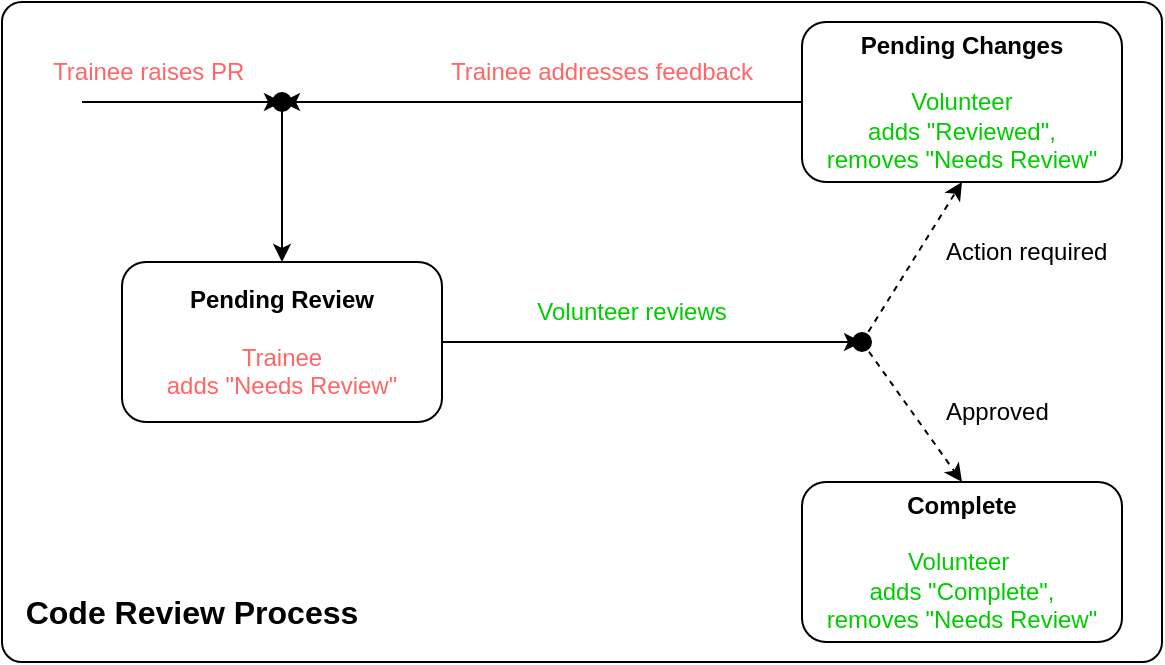
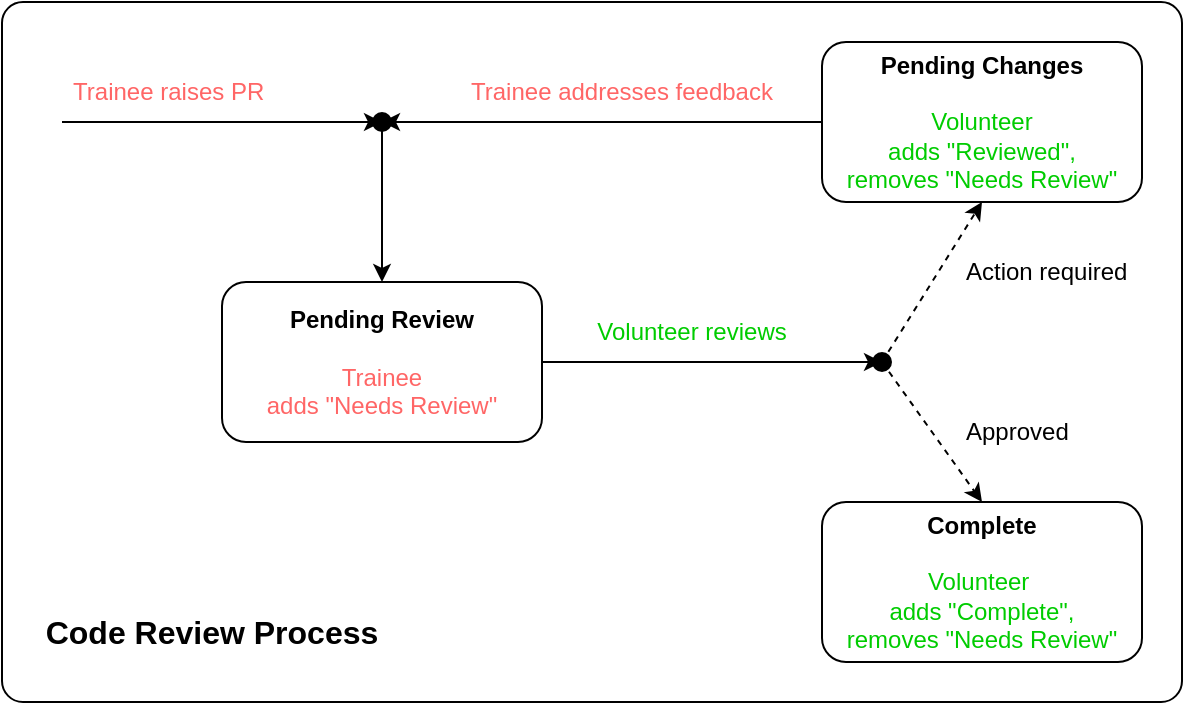
<mxfile host="app.diagrams.net">
  <diagram name="Page-1" id="8Y0jhFyZET13FULPlayK">
    <mxGraphModel dx="1352" dy="791" grid="1" gridSize="10" guides="1" tooltips="1" connect="1" arrows="1" fold="1" page="1" pageScale="1" pageWidth="827" pageHeight="1169" math="0" shadow="0">
      <root>
        <mxCell id="0" />
        <mxCell id="1" parent="0" />
        <mxCell id="gB5t9e8_fdN2MF5tykgO-50" parent="1" style="rounded=1;whiteSpace=wrap;html=1;fillColor=#FFFFFF;arcSize=3;strokeColor=#000000;" value="" vertex="1">
-           <mxGeometry height="330" width="580" x="120" y="150" as="geometry" />
+           <mxGeometry height="350" width="590" x="110" y="140" as="geometry" />
        </mxCell>
        <mxCell id="gB5t9e8_fdN2MF5tykgO-2" edge="1" parent="1" source="gB5t9e8_fdN2MF5tykgO-43" style="endArrow=classic;html=1;rounded=0;entryX=0.5;entryY=1;entryDx=0;entryDy=0;exitX=0.7;exitY=0.275;exitDx=0;exitDy=0;exitPerimeter=0;dashed=1;strokeWidth=1;fillColor=#f5f5f5;strokeColor=#000000;" target="gB5t9e8_fdN2MF5tykgO-16" value="">
          <mxGeometry height="50" relative="1" width="50" as="geometry">
            <mxPoint x="500" y="290" as="sourcePoint" />
            <mxPoint x="600" y="250" as="targetPoint" />
          </mxGeometry>
        </mxCell>
        <mxCell id="gB5t9e8_fdN2MF5tykgO-15" parent="1" style="rounded=1;whiteSpace=wrap;html=1;fillColor=none;strokeColor=#000000;" value="&lt;div&gt;&lt;b&gt;&lt;font style=&quot;color: rgb(0, 0, 0);&quot;&gt;Pending Review&lt;/font&gt;&lt;/b&gt;&lt;/div&gt;&lt;div&gt;&lt;b&gt;&lt;br&gt;&lt;/b&gt;&lt;/div&gt;&lt;div&gt;&lt;font style=&quot;color: rgb(255, 102, 102);&quot;&gt;Trainee&lt;/font&gt;&lt;/div&gt;&lt;div&gt;&lt;font style=&quot;color: rgb(255, 102, 102);&quot;&gt;&lt;font style=&quot;&quot;&gt;adds&amp;nbsp;&lt;span style=&quot;background-color: transparent;&quot;&gt;&quot;Needs Review&lt;/span&gt;&lt;/font&gt;&lt;span style=&quot;background-color: transparent;&quot;&gt;&quot;&lt;/span&gt;&lt;/font&gt;&lt;/div&gt;" vertex="1">
-           <mxGeometry height="80" width="160" x="180" y="280" as="geometry" />
+           <mxGeometry height="80" width="160" x="220" y="280" as="geometry" />
        </mxCell>
        <mxCell id="gB5t9e8_fdN2MF5tykgO-16" parent="1" style="rounded=1;whiteSpace=wrap;html=1;fillColor=none;strokeColor=#000000;" value="&lt;div&gt;&lt;b&gt;&lt;font style=&quot;color: rgb(0, 0, 0);&quot;&gt;Pending Changes&lt;/font&gt;&lt;/b&gt;&lt;/div&gt;&lt;div&gt;&lt;b&gt;&lt;br&gt;&lt;/b&gt;&lt;/div&gt;&lt;div&gt;&lt;span style=&quot;background-color: transparent;&quot;&gt;&lt;font style=&quot;color: rgb(0, 204, 0);&quot;&gt;Volunteer&lt;/font&gt;&lt;/span&gt;&lt;/div&gt;&lt;div&gt;&lt;span style=&quot;background-color: transparent;&quot;&gt;&lt;font style=&quot;color: rgb(0, 204, 0);&quot;&gt;adds &quot;Reviewed&quot;,&lt;/font&gt;&lt;/span&gt;&lt;/div&gt;&lt;div&gt;&lt;span style=&quot;background-color: transparent;&quot;&gt;&lt;font style=&quot;color: rgb(0, 204, 0);&quot;&gt;removes &quot;Needs Review&quot;&lt;/font&gt;&lt;/span&gt;&lt;/div&gt;" vertex="1">
          <mxGeometry height="80" width="160" x="520" y="160" as="geometry" />
        </mxCell>
        <mxCell id="gB5t9e8_fdN2MF5tykgO-17" parent="1" style="rounded=1;whiteSpace=wrap;html=1;strokeColor=#000000;fillColor=none;" value="&lt;b&gt;&lt;font style=&quot;color: rgb(0, 0, 0);&quot;&gt;Complete&lt;/font&gt;&lt;/b&gt;&lt;div&gt;&lt;b&gt;&lt;br&gt;&lt;/b&gt;&lt;div&gt;&lt;font style=&quot;color: rgb(0, 204, 0);&quot;&gt;Volunteer&amp;nbsp;&lt;/font&gt;&lt;/div&gt;&lt;div&gt;&lt;font style=&quot;color: rgb(0, 204, 0);&quot;&gt;adds &quot;Complete&quot;,&lt;/font&gt;&lt;/div&gt;&lt;div&gt;&lt;font style=&quot;color: rgb(0, 204, 0);&quot;&gt;removes &quot;Needs Review&quot;&lt;/font&gt;&lt;/div&gt;&lt;/div&gt;" vertex="1">
          <mxGeometry height="80" width="160" x="520" y="390" as="geometry" />
        </mxCell>
        <mxCell id="gB5t9e8_fdN2MF5tykgO-19" parent="1" style="text;html=1;whiteSpace=wrap;strokeColor=none;fillColor=none;align=center;verticalAlign=middle;rounded=0;" value="&lt;font style=&quot;color: rgb(255, 102, 102);&quot;&gt;Trainee addresses feedback&lt;/font&gt;" vertex="1">
          <mxGeometry height="30" width="180" x="330" y="170" as="geometry" />
        </mxCell>
        <mxCell id="gB5t9e8_fdN2MF5tykgO-20" parent="1" style="text;html=1;whiteSpace=wrap;strokeColor=none;fillColor=none;align=center;verticalAlign=middle;rounded=0;" value="&lt;font style=&quot;color: rgb(0, 204, 0);&quot;&gt;Volunteer reviews&lt;/font&gt;" vertex="1">
-           <mxGeometry height="30" width="110" x="380" y="290" as="geometry" />
+           <mxGeometry height="30" width="110" x="400" y="290" as="geometry" />
        </mxCell>
        <mxCell id="gB5t9e8_fdN2MF5tykgO-21" edge="1" parent="1" source="gB5t9e8_fdN2MF5tykgO-43" style="endArrow=classic;html=1;rounded=0;entryX=0.5;entryY=0;entryDx=0;entryDy=0;exitX=0.708;exitY=0.854;exitDx=0;exitDy=0;exitPerimeter=0;dashed=1;strokeColor=#000000;" target="gB5t9e8_fdN2MF5tykgO-17" value="">
          <mxGeometry height="50" relative="1" width="50" as="geometry">
            <mxPoint x="500" y="320" as="sourcePoint" />
            <mxPoint x="580" y="335" as="targetPoint" />
          </mxGeometry>
        </mxCell>
        <mxCell id="gB5t9e8_fdN2MF5tykgO-22" parent="1" style="text;html=1;whiteSpace=wrap;strokeColor=none;fillColor=none;align=center;verticalAlign=middle;rounded=0;" value="&lt;font style=&quot;color: rgb(255, 102, 102);&quot;&gt;Trainee raises PR&amp;nbsp;&lt;/font&gt;" vertex="1">
          <mxGeometry height="30" width="110" x="140" y="170" as="geometry" />
        </mxCell>
        <mxCell id="gB5t9e8_fdN2MF5tykgO-26" edge="1" parent="1" source="gB5t9e8_fdN2MF5tykgO-44" style="endArrow=classic;html=1;rounded=0;entryX=0.5;entryY=0;entryDx=0;entryDy=0;strokeColor=#000000;" target="gB5t9e8_fdN2MF5tykgO-15" value="">
          <mxGeometry height="50" relative="1" width="50" as="geometry">
            <mxPoint x="274" y="160" as="sourcePoint" />
            <mxPoint x="290" y="230" as="targetPoint" />
          </mxGeometry>
        </mxCell>
        <mxCell id="gB5t9e8_fdN2MF5tykgO-27" edge="1" parent="1" source="gB5t9e8_fdN2MF5tykgO-16" style="endArrow=classic;html=1;rounded=0;exitX=0;exitY=0.5;exitDx=0;exitDy=0;entryX=0.833;entryY=0.458;entryDx=0;entryDy=0;entryPerimeter=0;strokeColor=#000000;" target="gB5t9e8_fdN2MF5tykgO-44" value="">
          <mxGeometry height="50" relative="1" width="50" as="geometry">
            <mxPoint x="510" y="200" as="sourcePoint" />
            <mxPoint x="280" y="200" as="targetPoint" />
          </mxGeometry>
        </mxCell>
        <mxCell id="gB5t9e8_fdN2MF5tykgO-30" parent="1" style="text;html=1;whiteSpace=wrap;strokeColor=none;fillColor=none;align=left;verticalAlign=middle;rounded=0;" value="&lt;font style=&quot;color: rgb(0, 0, 0);&quot;&gt;Action required&lt;/font&gt;" vertex="1">
          <mxGeometry height="30" width="110" x="590" y="260" as="geometry" />
        </mxCell>
        <mxCell id="gB5t9e8_fdN2MF5tykgO-31" parent="1" style="text;html=1;whiteSpace=wrap;strokeColor=none;fillColor=none;align=left;verticalAlign=middle;rounded=0;" value="&lt;font style=&quot;color: rgb(0, 0, 0);&quot;&gt;Approved&lt;/font&gt;" vertex="1">
          <mxGeometry height="30" width="110" x="590" y="340" as="geometry" />
        </mxCell>
        <mxCell id="gB5t9e8_fdN2MF5tykgO-32" edge="1" parent="1" source="gB5t9e8_fdN2MF5tykgO-15" style="endArrow=classic;html=1;rounded=0;exitX=1;exitY=0.5;exitDx=0;exitDy=0;entryX=0;entryY=0.775;entryDx=0;entryDy=0;entryPerimeter=0;strokeColor=#000000;" target="gB5t9e8_fdN2MF5tykgO-43" value="">
          <mxGeometry height="50" relative="1" width="50" as="geometry">
            <mxPoint x="270" y="220" as="sourcePoint" />
            <mxPoint x="490" y="290" as="targetPoint" />
          </mxGeometry>
        </mxCell>
        <mxCell id="gB5t9e8_fdN2MF5tykgO-43" parent="1" style="shape=waypoint;sketch=0;fillStyle=solid;size=6;pointerEvents=1;points=[];resizable=0;rotatable=0;perimeter=centerPerimeter;snapToPoint=1;perimeterSpacing=2;strokeWidth=3;fillColor=#000000;strokeColor=#000000;" value="" vertex="1">
          <mxGeometry height="20" width="20" x="540" y="310" as="geometry" />
        </mxCell>
        <mxCell id="gB5t9e8_fdN2MF5tykgO-44" parent="1" style="shape=waypoint;sketch=0;fillStyle=solid;size=6;pointerEvents=1;points=[];resizable=0;rotatable=0;perimeter=centerPerimeter;snapToPoint=1;perimeterSpacing=2;strokeWidth=3;fillColor=#000000;strokeColor=#000000;" value="" vertex="1">
-           <mxGeometry height="20" width="20" x="250" y="190" as="geometry" />
+           <mxGeometry height="20" width="20" x="290" y="190" as="geometry" />
        </mxCell>
-         <mxCell id="gB5t9e8_fdN2MF5tykgO-47" edge="1" parent="1" style="endArrow=classic;html=1;rounded=0;entryX=0.917;entryY=0.917;entryDx=0;entryDy=0;entryPerimeter=0;strokeColor=#000000;" target="gB5t9e8_fdN2MF5tykgO-44" value="">
+         <mxCell id="gB5t9e8_fdN2MF5tykgO-47" edge="1" parent="1" source="gB5t9e8_fdN2MF5tykgO-22" style="endArrow=classic;html=1;rounded=0;entryX=0.917;entryY=0.917;entryDx=0;entryDy=0;entryPerimeter=0;strokeColor=#000000;exitX=0;exitY=1;exitDx=0;exitDy=0;" target="gB5t9e8_fdN2MF5tykgO-44" value="">
          <mxGeometry height="50" relative="1" width="50" as="geometry">
            <mxPoint x="160" y="200" as="sourcePoint" />
            <mxPoint x="480" y="250" as="targetPoint" />
          </mxGeometry>
        </mxCell>
        <mxCell id="gB5t9e8_fdN2MF5tykgO-48" parent="1" style="text;html=1;whiteSpace=wrap;strokeColor=none;fillColor=none;align=center;verticalAlign=middle;rounded=0;" value="&lt;font style=&quot;font-size: 16px; color: rgb(0, 0, 0);&quot;&gt;&lt;b style=&quot;&quot;&gt;Code Review Process&lt;/b&gt;&lt;/font&gt;" vertex="1">
          <mxGeometry height="30" width="190" x="120" y="440" as="geometry" />
        </mxCell>
      </root>
    </mxGraphModel>
  </diagram>
</mxfile>
